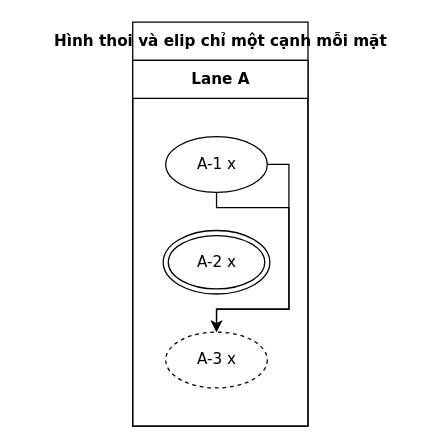
Earlier version of the draw.io diagram conformance/golden/cases/71-route-nonrect-one-per-side.drawio (luytbq/flowcast). Source tidied: cells renumbered, new cells numbered last; positions are measured from the earlier drawing's top-left corner, leaving out a move shared by most shapes. Both pictures are drawn from the tidied source at 127%, with x=0, y=0 at pixel (132, 22).
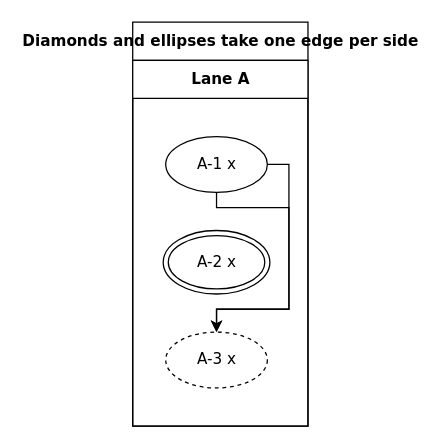
Above is the later version.

The edit, as a diff of the source:
```diff
@@
 <mxGraphModel>
   <root>
     <mxCell id="0" />
     <mxCell id="1" parent="0" />
-    <mxCell id="2" value="Hình thoi và elip chỉ một cạnh mỗi mặt" style="swimlane;html=1;startSize=30;fontStyle=1;fontFamily=Verdana;fontSize=12;flowtable=1;" parent="1" vertex="1">
+    <mxCell id="2" value="Diamonds and ellipses take one edge per side" style="swimlane;html=1;startSize=30;fontStyle=1;fontFamily=Verdana;fontSize=12;flowtable=1;" parent="1" vertex="1">
       <mxGeometry width="138" height="318" as="geometry" />
     </mxCell>
     <mxCell id="3" value="Lane A" style="swimlane;html=1;startSize=30;fontFamily=Verdana;fontSize=12;flowtable=1;" parent="2" vertex="1">
       <mxGeometry y="30" width="138" height="288" as="geometry" />
     </mxCell>
     <mxCell id="4" value="A-1 x" style="ellipse;html=1;fontFamily=Verdana;fontSize=12;flowtable=1;" parent="3" vertex="1">
       <mxGeometry x="26" y="60" width="80" height="44" as="geometry" />
     </mxCell>
     <mxCell id="5" value="A-2 x" style="shape=doubleEllipse;html=1;fontFamily=Verdana;fontSize=12;flowtable=1;" parent="3" vertex="1">
       <mxGeometry x="24" y="134" width="84" height="50" as="geometry" />
     </mxCell>
     <mxCell id="6" value="A-3 x" style="ellipse;html=1;dashed=1;fontFamily=Verdana;fontSize=12;flowtable=1;" parent="3" vertex="1">
       <mxGeometry x="26" y="214" width="80" height="44" as="geometry" />
     </mxCell>
     <mxCell id="7" style="edgeStyle=orthogonalEdgeStyle;rounded=0;jettySize=auto;html=1;labelBackgroundColor=default;exitX=1;exitY=0.5;exitDx=0;exitDy=0;entryX=0.5;entryY=0;entryDx=0;entryDy=0;fontFamily=Verdana;fontSize=12;flowtable=1;" parent="2" edge="1" source="4" target="6">
       <mxGeometry relative="1" as="geometry">
         <Array as="points">
           <mxPoint x="123" y="112" />
           <mxPoint x="123" y="226" />
           <mxPoint x="66" y="226" />
         </Array>
       </mxGeometry>
     </mxCell>
     <mxCell id="8" style="edgeStyle=orthogonalEdgeStyle;rounded=0;jettySize=auto;html=1;labelBackgroundColor=default;exitX=0.5;exitY=1;exitDx=0;exitDy=0;entryX=0.5;entryY=0;entryDx=0;entryDy=0;fontFamily=Verdana;fontSize=12;flowtable=1;" parent="2" edge="1" source="4" target="6">
       <mxGeometry relative="1" as="geometry">
         <Array as="points">
           <mxPoint x="66" y="146" />
           <mxPoint x="123" y="146" />
           <mxPoint x="123" y="226" />
           <mxPoint x="66" y="226" />
         </Array>
       </mxGeometry>
     </mxCell>
   </root>
 </mxGraphModel>
```
